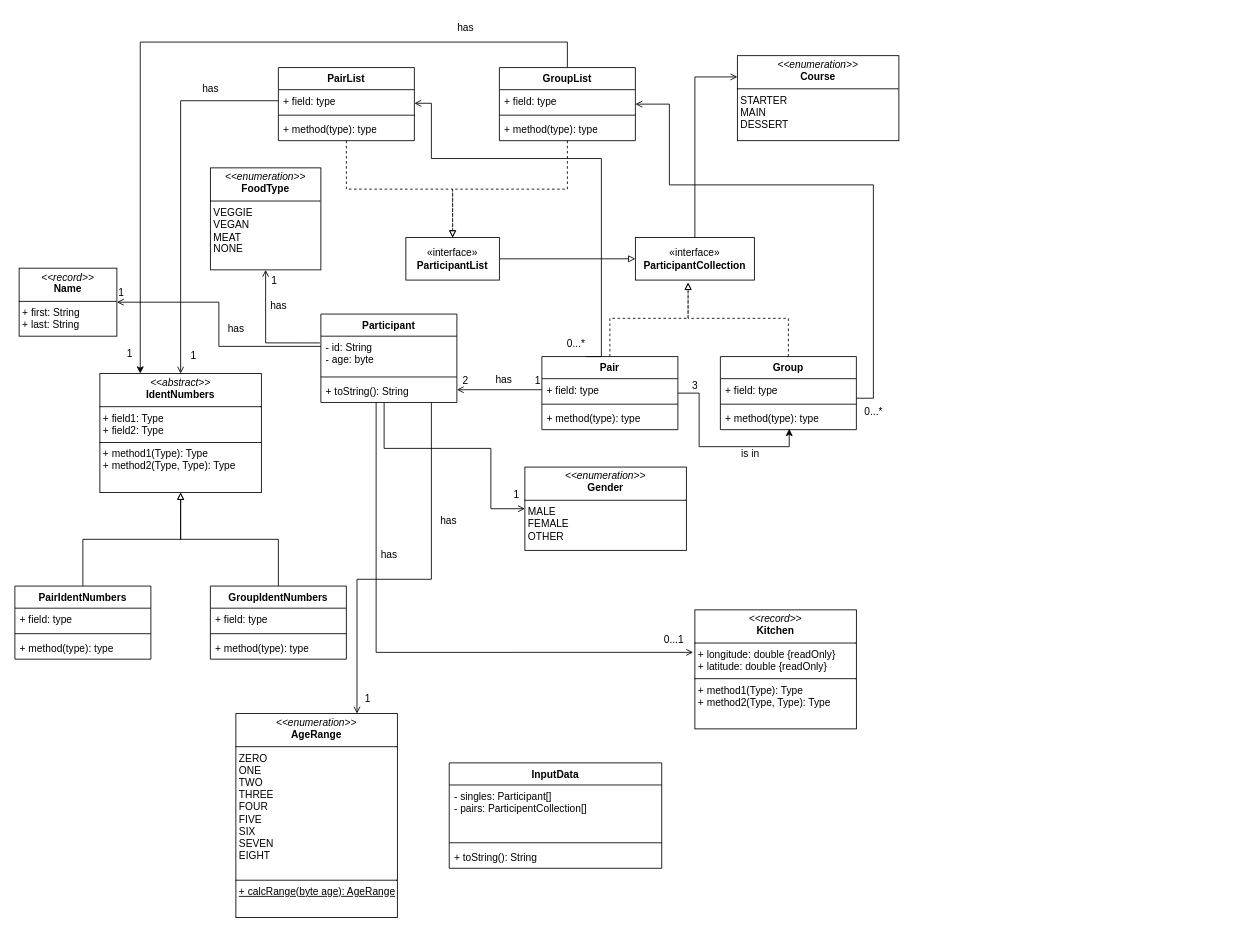
Krenzermo/SpinFood keeps this draw.io diagram as Dokumentation/class_diagram.drawio. Above is the earlier version. Source tidied: cells renumbered, new cells numbered last; positions are measured from the earlier drawing's top-left corner, leaving out a move shared by most shapes. Both pictures are drawn from the tidied source at 85%, with x=0, y=0 at pixel (14, 14).
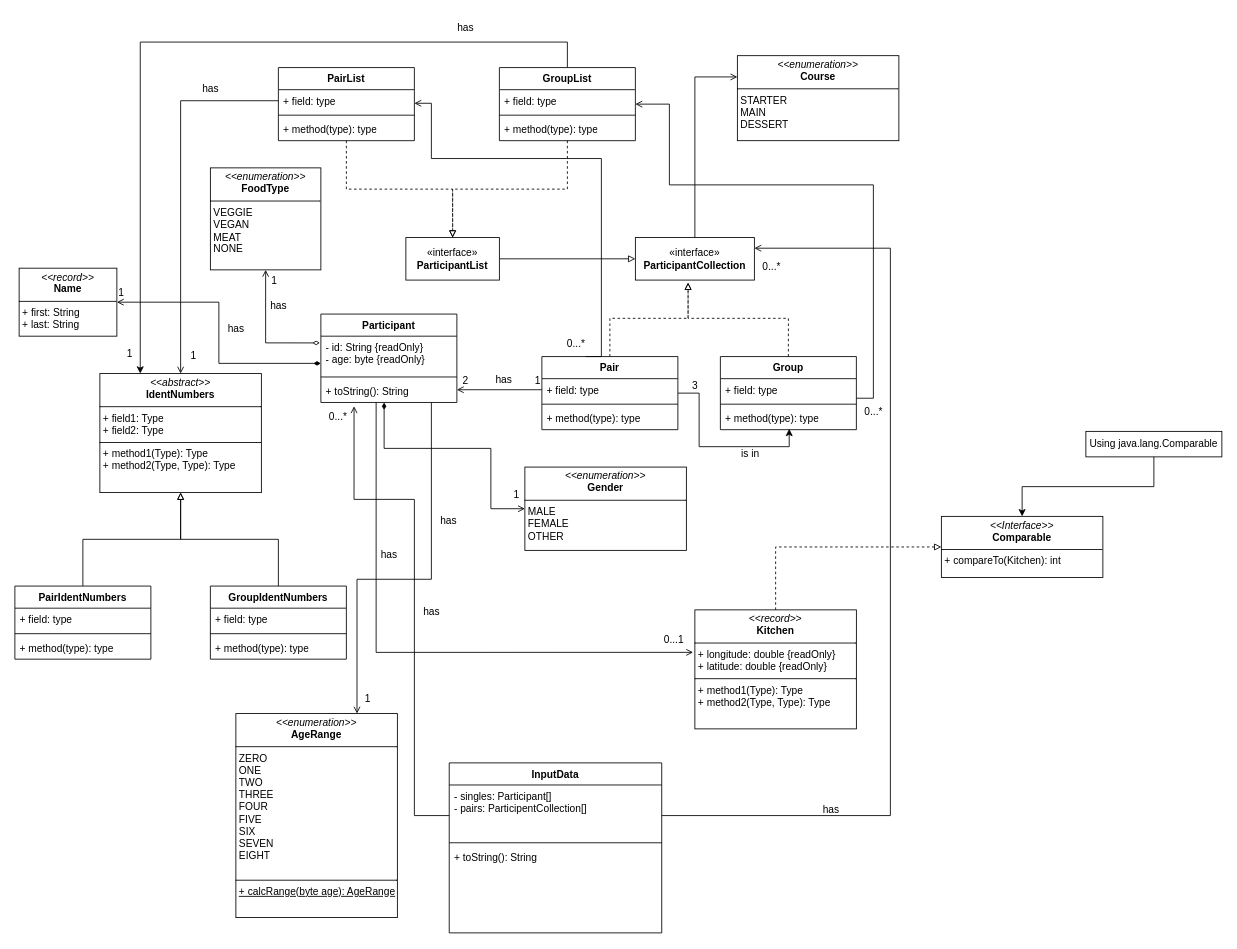
Above is the later version.

Commit message (it also covers changes not shown here):
pre class diagram milestone 1 added

Unchanged cells that the change refers to:
```xml
<mxCell id="3" value="«interface»&lt;br&gt;&lt;b&gt;ParticipantCollection&lt;/b&gt;" style="html=1;whiteSpace=wrap;" parent="1" vertex="1">
  <mxGeometry x="730" y="262" width="140" height="50" as="geometry" />
</mxCell>
<mxCell id="43" value="Participant" style="swimlane;fontStyle=1;align=center;verticalAlign=top;horizontal=1;startSize=26;whiteSpace=wrap;html=1;" parent="1" vertex="1">
  <mxGeometry x="360" y="352" width="160" height="104" as="geometry" />
</mxCell>
<mxCell id="46" value="+ toString(): String" style="text;strokeColor=none;fillColor=none;align=left;verticalAlign=top;spacingLeft=4;spacingRight=4;overflow=hidden;points=[[0,0.5],[1,0.5]];portConstraint=eastwest;whiteSpace=wrap;html=1;" parent="43" vertex="1">
  <mxGeometry y="78" width="160" height="26" as="geometry" />
</mxCell>
<mxCell id="47" value="&lt;p style=&quot;margin:0px;margin-top:4px;text-align:center;&quot;&gt;&lt;i&gt;&amp;lt;&amp;lt;record&amp;gt;&amp;gt;&lt;/i&gt;&lt;br&gt;&lt;b&gt;Kitchen&lt;/b&gt;&lt;/p&gt;&lt;hr size=&quot;1&quot; style=&quot;border-style:solid;&quot;&gt;&lt;p style=&quot;margin:0px;margin-left:4px;&quot;&gt;+ longitude: double {readOnly}&lt;/p&gt;&lt;p style=&quot;margin:0px;margin-left:4px;&quot;&gt;+ latitude: double {readOnly}&lt;/p&gt;&lt;hr size=&quot;1&quot; style=&quot;border-style:solid;&quot;&gt;&lt;p style=&quot;margin:0px;margin-left:4px;&quot;&gt;+ method1(Type): Type&lt;br&gt;+ method2(Type, Type): Type&lt;/p&gt;" style="verticalAlign=top;align=left;overflow=fill;html=1;whiteSpace=wrap;" parent="1" vertex="1">
  <mxGeometry x="800" y="700" width="190" height="140" as="geometry" />
</mxCell>
<mxCell id="68" value="&lt;p style=&quot;margin:0px;margin-top:4px;text-align:center;&quot;&gt;&lt;i&gt;&amp;lt;&amp;lt;enumeration&amp;gt;&amp;gt;&lt;/i&gt;&lt;br&gt;&lt;b&gt;FoodType&lt;/b&gt;&lt;/p&gt;&lt;hr size=&quot;1&quot; style=&quot;border-style:solid;&quot;&gt;&lt;p style=&quot;margin:0px;margin-left:4px;&quot;&gt;VEGGIE&lt;/p&gt;&lt;p style=&quot;margin:0px;margin-left:4px;&quot;&gt;VEGAN&lt;br&gt;MEAT&lt;/p&gt;&lt;p style=&quot;margin:0px;margin-left:4px;&quot;&gt;NONE&lt;/p&gt;" style="verticalAlign=top;align=left;overflow=fill;html=1;whiteSpace=wrap;" parent="1" vertex="1">
  <mxGeometry x="230" y="180" width="130" height="120" as="geometry" />
</mxCell>
<mxCell id="72" value="&lt;p style=&quot;margin:0px;margin-top:4px;text-align:center;&quot;&gt;&lt;i&gt;&amp;lt;&amp;lt;enumeration&amp;gt;&amp;gt;&lt;/i&gt;&lt;br&gt;&lt;b&gt;Gender&lt;/b&gt;&lt;/p&gt;&lt;hr size=&quot;1&quot; style=&quot;border-style:solid;&quot;&gt;&lt;p style=&quot;margin:0px;margin-left:4px;&quot;&gt;MALE&lt;/p&gt;&lt;p style=&quot;margin:0px;margin-left:4px;&quot;&gt;FEMALE&lt;/p&gt;&lt;p style=&quot;margin:0px;margin-left:4px;&quot;&gt;OTHER&lt;/p&gt;" style="verticalAlign=top;align=left;overflow=fill;html=1;whiteSpace=wrap;" parent="1" vertex="1">
  <mxGeometry x="600" y="532" width="190" height="98" as="geometry" />
</mxCell>
<mxCell id="78" value="&lt;p style=&quot;margin:0px;margin-top:4px;text-align:center;&quot;&gt;&lt;i&gt;&amp;lt;&amp;lt;record&amp;gt;&amp;gt;&lt;/i&gt;&lt;br&gt;&lt;b&gt;Name&lt;/b&gt;&lt;/p&gt;&lt;hr size=&quot;1&quot; style=&quot;border-style:solid;&quot;&gt;&lt;p style=&quot;margin:0px;margin-left:4px;&quot;&gt;+ first: String&lt;br&gt;+ last: String&lt;/p&gt;&lt;hr size=&quot;1&quot; style=&quot;border-style:solid;&quot;&gt;&lt;p style=&quot;margin:0px;margin-left:4px;&quot;&gt;&lt;br&gt;&lt;/p&gt;" style="verticalAlign=top;align=left;overflow=fill;html=1;whiteSpace=wrap;" parent="1" vertex="1">
  <mxGeometry x="5" y="298" width="115" height="80" as="geometry" />
</mxCell>
```

Change to the diagram source:
```diff
@@
-    <mxCell id="44" value="&lt;div&gt;- id: String&lt;/div&gt;&lt;div&gt;- age: byte&lt;/div&gt;" style="text;strokeColor=none;fillColor=none;align=left;verticalAlign=top;spacingLeft=4;spacingRight=4;overflow=hidden;points=[[0,0.5],[1,0.5]];portConstraint=eastwest;whiteSpace=wrap;html=1;" parent="43" vertex="1">
+    <mxCell id="44" value="&lt;div&gt;- id: String {readOnly}&lt;/div&gt;&lt;div&gt;- age: byte {readOnly}&lt;/div&gt;" style="text;strokeColor=none;fillColor=none;align=left;verticalAlign=top;spacingLeft=4;spacingRight=4;overflow=hidden;points=[[0,0.5],[1,0.5]];portConstraint=eastwest;whiteSpace=wrap;html=1;" parent="43" vertex="1">
       <mxGeometry y="26" width="160" height="44" as="geometry" />
     </mxCell>
@@
+    <mxCell id="82" style="edgeStyle=orthogonalEdgeStyle;rounded=0;jettySize=auto;html=1;entryX=0;entryY=0.5;entryDx=0;entryDy=0;dashed=1;endArrow=block;endFill=0;" parent="1" edge="1" source="47" target="89">
+      <mxGeometry relative="1" as="geometry">
+        <Array as="points">
+          <mxPoint x="895" y="626" />
+        </Array>
+      </mxGeometry>
+    </mxCell>
@@
+    <mxCell id="83" style="edgeStyle=orthogonalEdgeStyle;rounded=0;jettySize=auto;html=1;entryX=1;entryY=0.25;entryDx=0;entryDy=0;endArrow=open;endFill=0;" parent="1" edge="1" source="64" target="3">
+      <mxGeometry relative="1" as="geometry">
+        <Array as="points">
+          <mxPoint x="1030" y="942" />
+          <mxPoint x="1030" y="275" />
+        </Array>
+      </mxGeometry>
+    </mxCell>
     <mxCell id="64" value="InputData" style="swimlane;fontStyle=1;align=center;verticalAlign=top;horizontal=1;startSize=26;whiteSpace=wrap;html=1;" parent="1" vertex="1">
-      <mxGeometry x="511" y="880" width="250" height="124" as="geometry" />
+      <mxGeometry x="511" y="880" width="250" height="200" as="geometry" />
     </mxCell>
@@
-    <mxCell id="67" value="+ toString(): String" style="text;strokeColor=none;fillColor=none;align=left;verticalAlign=top;spacingLeft=4;spacingRight=4;overflow=hidden;whiteSpace=wrap;html=1;" parent="64" vertex="1">
-      <mxGeometry y="98" width="250" height="26" as="geometry" />
+    <mxCell id="67" value="+ toString(): String&lt;div&gt;&lt;br&gt;&lt;/div&gt;" style="text;strokeColor=none;fillColor=none;align=left;verticalAlign=top;spacingLeft=4;spacingRight=4;overflow=hidden;whiteSpace=wrap;html=1;" parent="64" vertex="1">
+      <mxGeometry y="98" width="250" height="102" as="geometry" />
     </mxCell>
@@
-    <mxCell id="69" style="edgeStyle=orthogonalEdgeStyle;rounded=0;jettySize=auto;html=1;entryX=-0.007;entryY=0.18;entryDx=0;entryDy=0;entryPerimeter=0;endArrow=none;endFill=0;startArrow=open;startFill=0;" parent="1" edge="1" source="68" target="44">
+    <mxCell id="69" style="edgeStyle=orthogonalEdgeStyle;rounded=0;jettySize=auto;html=1;entryX=-0.007;entryY=0.18;entryDx=0;entryDy=0;entryPerimeter=0;endArrow=diamondThin;endFill=0;startArrow=open;startFill=0;" parent="1" edge="1" source="68" target="44">
       <mxGeometry relative="1" as="geometry" />
     </mxCell>
@@
-    <mxCell id="73" style="edgeStyle=orthogonalEdgeStyle;rounded=0;jettySize=auto;html=1;entryX=0;entryY=0.5;entryDx=0;entryDy=0;endArrow=open;endFill=0;exitX=0.465;exitY=1;exitDx=0;exitDy=0;exitPerimeter=0;" parent="1" edge="1" source="46" target="72">
+    <mxCell id="73" style="edgeStyle=orthogonalEdgeStyle;rounded=0;jettySize=auto;html=1;entryX=0;entryY=0.5;entryDx=0;entryDy=0;endArrow=open;endFill=0;exitX=0.465;exitY=1;exitDx=0;exitDy=0;exitPerimeter=0;startArrow=diamondThin;startFill=1;" parent="1" edge="1" source="46" target="72">
       <mxGeometry relative="1" as="geometry">
         <Array as="points">
           <mxPoint x="434" y="510" />
           <mxPoint x="560" y="510" />
           <mxPoint x="560" y="581" />
         </Array>
       </mxGeometry>
     </mxCell>
@@
-    <mxCell id="79" style="edgeStyle=orthogonalEdgeStyle;rounded=0;jettySize=auto;html=1;entryX=1;entryY=0.5;entryDx=0;entryDy=0;endArrow=open;endFill=0;" parent="1" edge="1" source="44" target="78">
+    <mxCell id="79" style="edgeStyle=orthogonalEdgeStyle;rounded=0;jettySize=auto;html=1;entryX=1;entryY=0.5;entryDx=0;entryDy=0;endArrow=open;endFill=0;startArrow=diamondThin;startFill=1;" parent="1" edge="1" source="44" target="78">
       <mxGeometry relative="1" as="geometry">
         <Array as="points">
-          <mxPoint x="240" y="390" />
+          <mxPoint x="240" y="410" />
           <mxPoint x="240" y="338" />
         </Array>
       </mxGeometry>
     </mxCell>
@@
+    <mxCell id="84" style="edgeStyle=orthogonalEdgeStyle;rounded=0;jettySize=auto;html=1;entryX=0.244;entryY=1.17;entryDx=0;entryDy=0;entryPerimeter=0;endArrow=open;endFill=0;" parent="1" edge="1" source="64" target="46">
+      <mxGeometry relative="1" as="geometry">
+        <Array as="points">
+          <mxPoint x="470" y="942" />
+          <mxPoint x="470" y="570" />
+          <mxPoint x="399" y="570" />
+        </Array>
+      </mxGeometry>
+    </mxCell>
+    <mxCell id="85" value="has" style="text;html=1;align=center;verticalAlign=middle;strokeColor=none;fillColor=none;" parent="1" vertex="1">
+      <mxGeometry x="470" y="688" width="40" height="30" as="geometry" />
+    </mxCell>
+    <mxCell id="86" value="0...*" style="text;html=1;align=center;verticalAlign=middle;strokeColor=none;fillColor=none;" parent="1" vertex="1">
+      <mxGeometry x="360" y="458" width="40" height="30" as="geometry" />
+    </mxCell>
+    <mxCell id="87" value="has" style="text;html=1;align=center;verticalAlign=middle;strokeColor=none;fillColor=none;" parent="1" vertex="1">
+      <mxGeometry x="940" y="920" width="40" height="30" as="geometry" />
+    </mxCell>
+    <mxCell id="88" value="0...*" style="text;html=1;align=center;verticalAlign=middle;strokeColor=none;fillColor=none;" parent="1" vertex="1">
+      <mxGeometry x="870" y="282" width="40" height="30" as="geometry" />
+    </mxCell>
+    <mxCell id="89" value="&lt;p style=&quot;margin:0px;margin-top:4px;text-align:center;&quot;&gt;&lt;i&gt;&amp;lt;&amp;lt;Interface&amp;gt;&amp;gt;&lt;/i&gt;&lt;br&gt;&lt;b&gt;Comparable&lt;/b&gt;&lt;/p&gt;&lt;hr size=&quot;1&quot; style=&quot;border-style:solid;&quot;&gt;&lt;p style=&quot;margin:0px;margin-left:4px;&quot;&gt;&lt;/p&gt;&lt;p style=&quot;margin:0px;margin-left:4px;&quot;&gt;+ compareTo(Kitchen): int&lt;br&gt;&lt;/p&gt;" style="verticalAlign=top;align=left;overflow=fill;html=1;whiteSpace=wrap;" parent="1" vertex="1">
+      <mxGeometry x="1090" y="590" width="190" height="72" as="geometry" />
+    </mxCell>
+    <mxCell id="90" style="edgeStyle=orthogonalEdgeStyle;rounded=0;jettySize=auto;html=1;entryX=0.5;entryY=0;entryDx=0;entryDy=0;" parent="1" edge="1" source="91" target="89">
+      <mxGeometry relative="1" as="geometry" />
+    </mxCell>
+    <mxCell id="91" value="Using java.lang.Comparable" style="text;html=1;align=center;verticalAlign=middle;whiteSpace=wrap;rounded=0;strokeColor=default;" parent="1" vertex="1">
+      <mxGeometry x="1260" y="490" width="160" height="30" as="geometry" />
+    </mxCell>
```
